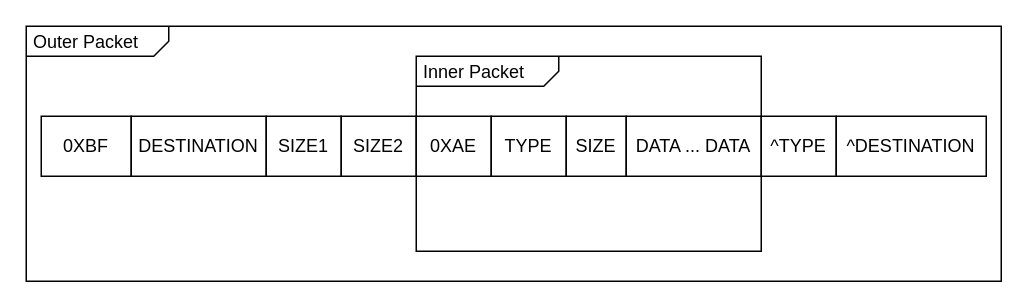
Above: package.drawio in DianxinWang/final_theis (draw.io), before the change. Source tidied: cells renumbered, new cells numbered last; positions are measured from the earlier drawing's top-left corner, leaving out a move shared by most shapes. Both pictures are drawn from the tidied source at 150%, with x=0, y=0 at pixel (26, 26).
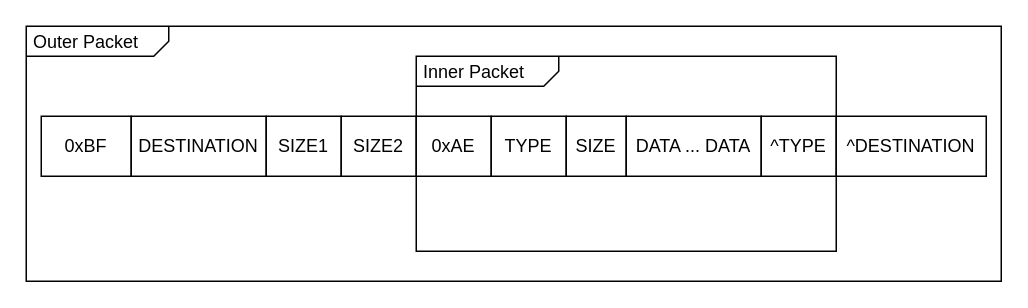
The same page after the edit.

What changed in the source:
```diff
@@
 <mxGraphModel>
   <root>
     <mxCell id="0" />
     <mxCell id="1" parent="0" />
     <mxCell id="2" value="&lt;p style=&quot;margin: 0px ; margin-top: 4px ; margin-left: 5px ; text-align: left&quot;&gt;Outer Packet&lt;/p&gt;" style="html=1;shape=mxgraph.sysml.package;overflow=fill;labelX=95;align=left;spacingLeft=5;verticalAlign=top;spacingTop=-3;fontStyle=0;" parent="1" vertex="1">
       <mxGeometry width="650" height="170" as="geometry" />
     </mxCell>
     <mxCell id="3" value="&lt;p style=&quot;margin: 0px ; margin-top: 4px ; margin-left: 5px ; text-align: left&quot;&gt;Inner Packet&lt;/p&gt;" style="html=1;shape=mxgraph.sysml.package;overflow=fill;labelX=95;align=left;spacingLeft=5;verticalAlign=top;spacingTop=-3;fontStyle=0;" parent="1" vertex="1">
-      <mxGeometry x="260" y="20" width="230" height="130" as="geometry" />
+      <mxGeometry x="260" y="20" width="280" height="130" as="geometry" />
     </mxCell>
-    <mxCell id="4" value="0XBF" style="rounded=0;whiteSpace=wrap;html=1;" parent="1" vertex="1">
+    <mxCell id="4" value="0xBF" style="rounded=0;whiteSpace=wrap;html=1;" parent="1" vertex="1">
       <mxGeometry x="10" y="60" width="60" height="40" as="geometry" />
     </mxCell>
     <mxCell id="5" value="DESTINATION" style="rounded=0;whiteSpace=wrap;html=1;" parent="1" vertex="1">
       <mxGeometry x="70" y="60" width="90" height="40" as="geometry" />
     </mxCell>
     <mxCell id="6" value="SIZE1" style="rounded=0;whiteSpace=wrap;html=1;" parent="1" vertex="1">
       <mxGeometry x="160" y="60" width="50" height="40" as="geometry" />
     </mxCell>
     <mxCell id="7" value="SIZE2" style="rounded=0;whiteSpace=wrap;html=1;" parent="1" vertex="1">
       <mxGeometry x="210" y="60" width="50" height="40" as="geometry" />
     </mxCell>
-    <mxCell id="8" value="0XAE" style="rounded=0;whiteSpace=wrap;html=1;" parent="1" vertex="1">
+    <mxCell id="8" value="0xAE" style="rounded=0;whiteSpace=wrap;html=1;" parent="1" vertex="1">
       <mxGeometry x="260" y="60" width="50" height="40" as="geometry" />
     </mxCell>
     <mxCell id="9" value="TYPE" style="rounded=0;whiteSpace=wrap;html=1;" parent="1" vertex="1">
       <mxGeometry x="310" y="60" width="50" height="40" as="geometry" />
     </mxCell>
     <mxCell id="10" value="SIZE" style="rounded=0;whiteSpace=wrap;html=1;" parent="1" vertex="1">
       <mxGeometry x="360" y="60" width="40" height="40" as="geometry" />
     </mxCell>
     <mxCell id="11" value="DATA ... DATA" style="rounded=0;whiteSpace=wrap;html=1;" parent="1" vertex="1">
       <mxGeometry x="400" y="60" width="90" height="40" as="geometry" />
     </mxCell>
     <mxCell id="12" value="^TYPE" style="rounded=0;whiteSpace=wrap;html=1;" parent="1" vertex="1">
       <mxGeometry x="490" y="60" width="50" height="40" as="geometry" />
     </mxCell>
     <mxCell id="13" value="^DESTINATION" style="rounded=0;whiteSpace=wrap;html=1;" parent="1" vertex="1">
       <mxGeometry x="540" y="60" width="100" height="40" as="geometry" />
     </mxCell>
   </root>
 </mxGraphModel>
```
